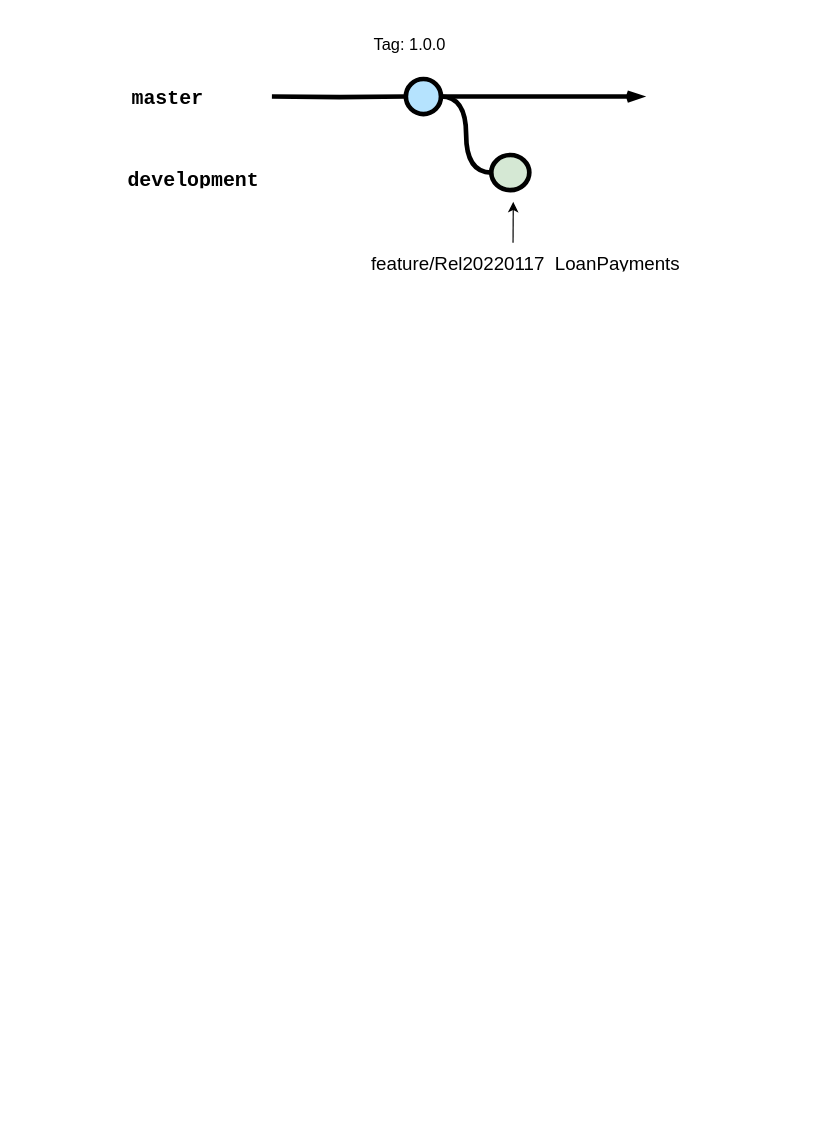
Before: page "Page-2" (2 of 2) of Branching_Diagram1.drawio in berdem/Tahta, a draw.io diagram. Source tidied: cells renumbered, new cells numbered last; positions are measured from the earlier drawing's top-left corner, leaving out a move shared by most shapes. Both pictures are drawn from the tidied source at 117%, with x=0, y=0 at pixel (115, 32). Pictures stored in the file or linked from it are replaced by grey dashed boxes.
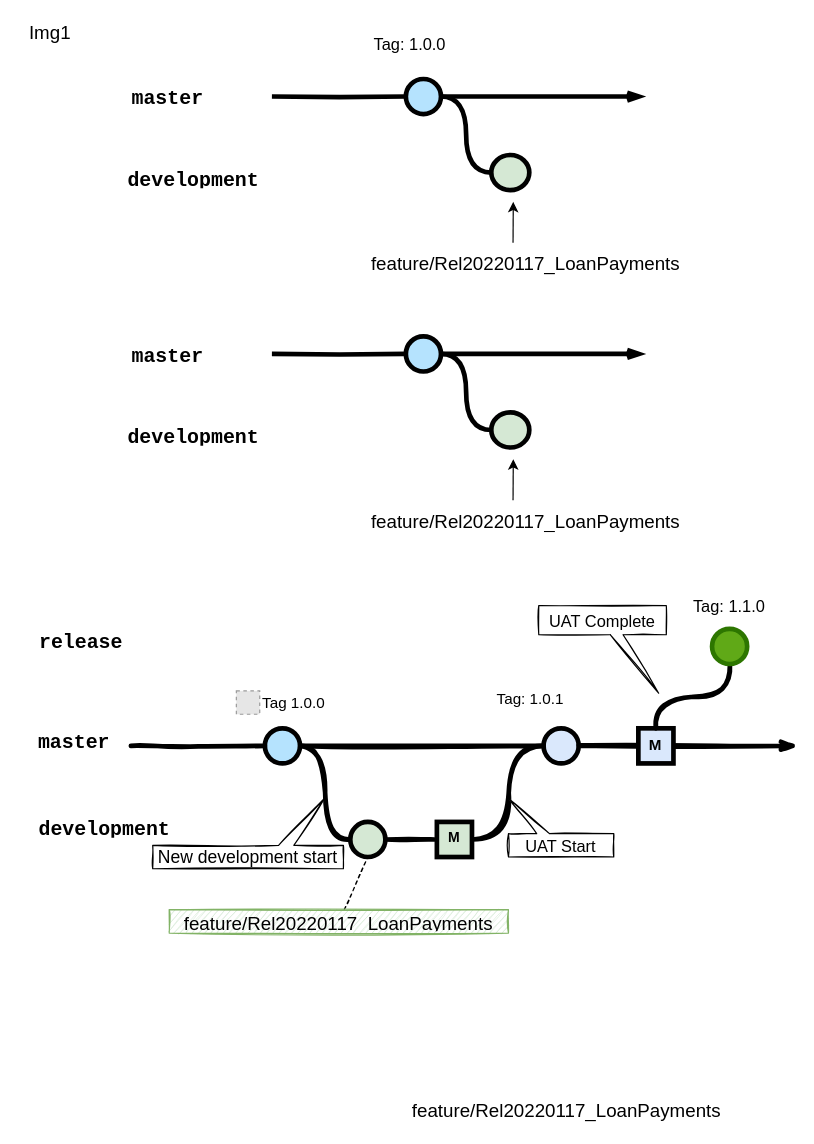
After the change.

Diff of the diagram source:
```diff
@@
     <mxCell id="3" value="&lt;span style=&quot;text-align: center&quot;&gt;&lt;font style=&quot;font-size: 16px&quot;&gt;feature/Rel20220117_LoanPayments&lt;/font&gt;&lt;br&gt;&lt;/span&gt;" style="text;html=1;strokeColor=none;fillColor=none;align=left;verticalAlign=middle;whiteSpace=wrap;overflow=hidden;fontSize=12;fontStyle=0;fontColor=#000000;" parent="1" vertex="1">
-      <mxGeometry x="217.3" y="186" width="274.7" height="20" as="geometry" />
+      <mxGeometry x="217.3" y="186" width="274.7" height="24" as="geometry" />
     </mxCell>
@@
+    <mxCell id="12" value="Img1" style="text;html=1;align=center;verticalAlign=middle;strokeColor=none;fillColor=none;fontSize=16;" parent="1" vertex="1">
+      <mxGeometry x="-81" y="-10" width="50" height="20" as="geometry" />
+    </mxCell>
+    <mxCell id="13" style="endArrow=classic;html=1;strokeWidth=1;fontFamily=Courier New;fontColor=#009900;" parent="1" edge="1">
+      <mxGeometry relative="1" as="geometry">
+        <mxPoint x="340" y="400" as="sourcePoint" />
+        <mxPoint x="340.2" y="365" as="targetPoint" />
+      </mxGeometry>
+    </mxCell>
+    <mxCell id="14" value="&lt;span style=&quot;text-align: center&quot;&gt;&lt;font style=&quot;font-size: 16px&quot;&gt;feature/Rel20220117_LoanPayments&lt;/font&gt;&lt;br&gt;&lt;/span&gt;" style="text;html=1;strokeColor=none;fillColor=none;align=left;verticalAlign=middle;whiteSpace=wrap;overflow=hidden;fontSize=12;fontStyle=0;fontColor=#000000;" parent="1" vertex="1">
+      <mxGeometry x="217.3" y="406" width="274.7" height="24" as="geometry" />
+    </mxCell>
+    <mxCell id="15" style="edgeStyle=orthogonalEdgeStyle;rounded=0;html=1;jettySize=auto;plain-blue;endArrow=openThin;endFill=0;strokeWidth=4;strokeColor=#000000;" parent="1" edge="1" source="17">
+      <mxGeometry x="1186.4" y="315" as="geometry">
+        <mxPoint x="452" y="275" as="targetPoint" />
+      </mxGeometry>
+    </mxCell>
+    <mxCell id="16" style="edgeStyle=orthogonalEdgeStyle;curved=1;rounded=0;html=1;exitX=1;exitY=0.5;exitPerimeter=0;entryX=0;entryY=0.5;entryPerimeter=0;endArrow=none;endFill=0;jettySize=auto;strokeWidth=4;fontSize=15;" parent="1" edge="1" source="17" target="20">
+      <mxGeometry relative="1" as="geometry" />
+    </mxCell>
+    <mxCell id="17" style="verticalLabelPosition=bottom;verticalAlign=top;html=1;strokeWidth=4;shape=mxgraph.flowchart.on-page_reference;plain-blue;gradientColor=none;fillColor=#B5E3Fe;strokeColor=#000000;" parent="1" vertex="1">
+      <mxGeometry x="248.4" y="260" width="30" height="30" as="geometry" />
+    </mxCell>
+    <mxCell id="18" style="edgeStyle=orthogonalEdgeStyle;rounded=0;html=1;jettySize=auto;strokeWidth=4;endArrow=none;endFill=0;" parent="1" edge="1" target="17">
+      <mxGeometry x="1086.4" y="315" as="geometry">
+        <mxPoint x="133.9" y="275" as="sourcePoint" />
+      </mxGeometry>
+    </mxCell>
+    <mxCell id="19" value="&lt;font style=&quot;font-size: 17px&quot;&gt;master&lt;/font&gt;" style="text;html=1;strokeColor=none;fillColor=none;align=center;verticalAlign=middle;whiteSpace=wrap;overflow=hidden;fontSize=14;fontStyle=1;fontFamily=Courier New;" parent="1" vertex="1">
+      <mxGeometry x="10.4" y="265" width="70" height="20" as="geometry" />
+    </mxCell>
+    <mxCell id="20" style="verticalLabelPosition=bottom;verticalAlign=top;html=1;strokeWidth=4;shape=mxgraph.flowchart.on-page_reference;plain-purple;gradientColor=none;strokeColor=#000000;fillColor=#D5E8D4;" parent="1" vertex="1">
+      <mxGeometry x="321.4" y="325" width="32.5" height="30" as="geometry" />
+    </mxCell>
+    <mxCell id="21" value="&lt;font style=&quot;font-size: 17px&quot;&gt;development&lt;br&gt;&lt;/font&gt;" style="text;html=1;strokeColor=none;fillColor=none;align=center;verticalAlign=middle;whiteSpace=wrap;overflow=hidden;fontSize=14;fontStyle=1;fontFamily=Courier New;" parent="1" vertex="1">
+      <mxGeometry x="0.4" y="335" width="133.5" height="20" as="geometry" />
+    </mxCell>
+    <mxCell id="22" style="edgeStyle=orthogonalEdgeStyle;rounded=0;html=1;jettySize=auto;plain-blue;endArrow=none;endFill=0;strokeWidth=4;strokeColor=#000000;sketch=1;" parent="1" edge="1" source="24" target="26">
+      <mxGeometry x="1065.9" y="650" as="geometry" />
+    </mxCell>
+    <mxCell id="23" style="edgeStyle=orthogonalEdgeStyle;curved=1;rounded=0;html=1;exitX=1;exitY=0.5;exitPerimeter=0;entryX=0;entryY=0.5;entryPerimeter=0;endArrow=none;endFill=0;jettySize=auto;strokeWidth=4;fontSize=15;sketch=1;" parent="1" edge="1" source="24" target="30">
+      <mxGeometry relative="1" as="geometry" />
+    </mxCell>
+    <mxCell id="24" style="verticalLabelPosition=bottom;verticalAlign=top;html=1;strokeWidth=4;shape=mxgraph.flowchart.on-page_reference;plain-blue;gradientColor=none;fillColor=#B5E3Fe;strokeColor=#000000;" parent="1" vertex="1">
+      <mxGeometry x="127.9" y="595" width="30" height="30" as="geometry" />
+    </mxCell>
+    <mxCell id="25" style="edgeStyle=orthogonalEdgeStyle;curved=1;rounded=0;jettySize=auto;html=1;endArrow=none;endFill=0;strokeWidth=4;fontFamily=Courier New;fontSize=16;" parent="1" edge="1" source="26">
+      <mxGeometry relative="1" as="geometry">
+        <mxPoint x="447.1" y="610" as="targetPoint" />
+      </mxGeometry>
+    </mxCell>
+    <mxCell id="26" style="verticalLabelPosition=bottom;verticalAlign=top;html=1;strokeWidth=4;shape=mxgraph.flowchart.on-page_reference;plain-blue;gradientColor=none;strokeColor=#000000;" parent="1" vertex="1">
+      <mxGeometry x="366.1" y="595" width="30" height="30" as="geometry" />
+    </mxCell>
+    <mxCell id="27" style="edgeStyle=orthogonalEdgeStyle;curved=1;rounded=0;orthogonalLoop=1;jettySize=auto;html=1;endArrow=openThin;endFill=0;strokeWidth=4;fontFamily=Courier New;fontSize=16;startArrow=none;startFill=0;sketch=1;" parent="1" edge="1">
+      <mxGeometry relative="1" as="geometry">
+        <mxPoint x="396.1" y="609.5" as="sourcePoint" />
+        <mxPoint x="583.4" y="610" as="targetPoint" />
+        <Array as="points">
+          <mxPoint x="533.4" y="610" />
+          <mxPoint x="533.4" y="610" />
+        </Array>
+      </mxGeometry>
+    </mxCell>
+    <mxCell id="28" style="edgeStyle=orthogonalEdgeStyle;rounded=0;html=1;jettySize=auto;strokeWidth=4;endArrow=none;endFill=0;sketch=1;" parent="1" edge="1" target="24">
+      <mxGeometry x="965.9" y="650" as="geometry">
+        <mxPoint x="13.4" y="610" as="sourcePoint" />
+      </mxGeometry>
+    </mxCell>
+    <mxCell id="29" style="edgeStyle=orthogonalEdgeStyle;curved=1;rounded=0;html=1;exitX=1;exitY=0.5;exitPerimeter=0;entryX=0;entryY=0.5;entryPerimeter=0;endArrow=none;endFill=0;jettySize=auto;strokeWidth=4;fontSize=15;sketch=1;" parent="1" edge="1" source="30">
+      <mxGeometry relative="1" as="geometry">
+        <mxPoint x="272.9" y="690" as="targetPoint" />
+      </mxGeometry>
+    </mxCell>
+    <mxCell id="30" style="verticalLabelPosition=bottom;verticalAlign=top;html=1;strokeWidth=4;shape=mxgraph.flowchart.on-page_reference;plain-purple;gradientColor=none;strokeColor=#000000;fillColor=#D5E8D4;" parent="1" vertex="1">
+      <mxGeometry x="200.9" y="675" width="30" height="30" as="geometry" />
+    </mxCell>
+    <mxCell id="31" style="edgeStyle=orthogonalEdgeStyle;curved=1;rounded=0;html=1;entryX=0;entryY=0.5;entryPerimeter=0;endArrow=none;endFill=0;jettySize=auto;strokeWidth=4;fontSize=15;sketch=1;" parent="1" edge="1" target="26">
+      <mxGeometry relative="1" as="geometry">
+        <mxPoint x="305.4" y="690" as="sourcePoint" />
+      </mxGeometry>
+    </mxCell>
+    <mxCell id="32" value="&lt;b&gt;M&lt;/b&gt;" style="whiteSpace=wrap;html=1;verticalAlign=top;fillColor=#D5E8D4;strokeColor=#000000;strokeWidth=4;gradientColor=none;" parent="1" vertex="1">
+      <mxGeometry x="274.9" y="675" width="30" height="30" as="geometry" />
+    </mxCell>
+    <mxCell id="33" value="&lt;div&gt;&lt;b&gt;&lt;font style=&quot;font-size: 13px&quot;&gt;M&lt;/font&gt;&lt;/b&gt;&lt;/div&gt;" style="whiteSpace=wrap;html=1;verticalAlign=top;fillColor=#DAE8FC;strokeColor=#000000;strokeWidth=4;gradientColor=none;align=center;" parent="1" vertex="1">
+      <mxGeometry x="447.1" y="595" width="30" height="30" as="geometry" />
+    </mxCell>
+    <mxCell id="34" style="edgeStyle=orthogonalEdgeStyle;curved=1;rounded=0;jettySize=auto;html=1;endArrow=none;endFill=0;strokeWidth=4;fontFamily=Courier New;fontSize=16;exitX=0.5;exitY=0;exitDx=0;exitDy=0;sketch=1;" parent="1" edge="1" source="33">
+      <mxGeometry relative="1" as="geometry">
+        <mxPoint x="525.4" y="540" as="targetPoint" />
+      </mxGeometry>
+    </mxCell>
+    <mxCell id="35" style="verticalLabelPosition=bottom;verticalAlign=top;html=1;strokeWidth=4;shape=mxgraph.flowchart.on-page_reference;strokeColor=#2D7600;fillColor=#60a917;fontColor=#ffffff;" parent="1" vertex="1">
+      <mxGeometry x="510.1" y="510" width="30" height="30" as="geometry" />
+    </mxCell>
+    <mxCell id="36" value="Tag: 1.1.0" style="text;html=1;strokeColor=none;fillColor=none;align=center;verticalAlign=middle;whiteSpace=wrap;overflow=hidden;fontSize=14;" parent="1" vertex="1">
+      <mxGeometry x="490.1" y="480" width="70" height="20" as="geometry" />
+    </mxCell>
+    <mxCell id="37" value="&lt;font style=&quot;font-size: 17px&quot;&gt;master&lt;/font&gt;" style="text;html=1;strokeColor=none;fillColor=none;align=center;verticalAlign=middle;whiteSpace=wrap;overflow=hidden;fontSize=14;fontStyle=1;fontFamily=Courier New;" parent="1" vertex="1">
+      <mxGeometry x="-69.6" y="595" width="70" height="20" as="geometry" />
+    </mxCell>
+    <mxCell id="38" value="&lt;font style=&quot;font-size: 17px&quot;&gt;development&lt;/font&gt;" style="text;html=1;strokeColor=none;fillColor=none;align=center;verticalAlign=middle;whiteSpace=wrap;overflow=hidden;fontSize=14;fontStyle=1;fontFamily=Courier New;" parent="1" vertex="1">
+      <mxGeometry x="-69.6" y="670" width="121.6" height="20" as="geometry" />
+    </mxCell>
+    <mxCell id="39" value="&lt;font style=&quot;font-size: 17px&quot;&gt;release&lt;/font&gt;" style="text;html=1;strokeColor=none;fillColor=none;align=center;verticalAlign=middle;whiteSpace=wrap;overflow=hidden;fontSize=14;fontStyle=1;fontFamily=Courier New;" parent="1" vertex="1">
+      <mxGeometry x="-69.6" y="510" width="81.6" height="20" as="geometry" />
+    </mxCell>
+    <mxCell id="40" value="&lt;font style=&quot;font-size: 15px&quot;&gt;New development start&lt;/font&gt;" style="shape=callout;whiteSpace=wrap;html=1;perimeter=calloutPerimeter;fontSize=16;position2=0.1;rotation=0;base=13;size=40;position=0.26;rounded=0;shadow=0;sketch=1;direction=west;" parent="1" vertex="1">
+      <mxGeometry x="32" y="655" width="163" height="60" as="geometry" />
+    </mxCell>
+    <mxCell id="41" value="&lt;font style=&quot;font-size: 14px&quot;&gt;UAT Start&lt;/font&gt;" style="shape=callout;whiteSpace=wrap;html=1;perimeter=calloutPerimeter;fontSize=16;position2=1;rotation=0;base=11;size=30;position=0.61;rounded=0;shadow=0;sketch=1;direction=west;arcSize=15;" parent="1" vertex="1">
+      <mxGeometry x="336.1" y="655" width="90" height="50" as="geometry" />
+    </mxCell>
+    <mxCell id="42" value="&lt;font style=&quot;font-size: 14px&quot;&gt;UAT Complete&lt;/font&gt;" style="shape=callout;whiteSpace=wrap;html=1;perimeter=calloutPerimeter;fontSize=16;position2=0.94;rotation=0;base=11;size=50;position=0.56;rounded=0;shadow=0;sketch=1;direction=east;arcSize=15;" parent="1" vertex="1">
+      <mxGeometry x="362" y="490" width="109" height="75" as="geometry" />
+    </mxCell>
+    <mxCell id="43" value="Tag: 1.0.1" style="text;html=1;strokeColor=none;fillColor=none;align=center;verticalAlign=middle;whiteSpace=wrap;overflow=hidden;fontSize=13;" parent="1" vertex="1">
+      <mxGeometry x="319.6" y="560" width="70" height="20" as="geometry" />
+    </mxCell>
+    <mxCell id="44" value="&lt;span style=&quot;text-align: center&quot;&gt;&lt;font style=&quot;font-size: 16px&quot;&gt;feature/Rel20220117_LoanPayments&lt;/font&gt;&lt;br&gt;&lt;/span&gt;" style="text;html=1;strokeColor=none;fillColor=none;align=left;verticalAlign=middle;whiteSpace=wrap;overflow=hidden;fontSize=12;fontStyle=0;fontColor=#000000;" parent="1" vertex="1">
+      <mxGeometry x="252" y="910" width="274.7" height="24" as="geometry" />
+    </mxCell>
+    <mxCell id="45" style="rounded=0;sketch=1;jettySize=auto;html=1;entryX=0.5;entryY=1;entryDx=0;entryDy=0;entryPerimeter=0;fontSize=15;endArrow=none;endFill=0;dashed=1;" parent="1" edge="1" source="46" target="30">
+      <mxGeometry relative="1" as="geometry" />
+    </mxCell>
+    <mxCell id="46" value="&lt;span style=&quot;font-size: 16px&quot;&gt;feature/Rel20220117_LoanPayments&lt;/span&gt;" style="text;html=1;strokeColor=#82b366;fillColor=#d5e8d4;align=center;verticalAlign=middle;whiteSpace=wrap;overflow=hidden;rounded=0;shadow=0;sketch=1;fontSize=15;" parent="1" vertex="1">
+      <mxGeometry x="46.1" y="750" width="290" height="20" as="geometry" />
+    </mxCell>
+    <mxCell id="47" value="Tag 1.0.0" style="fillColor=#E6E6E6;strokeColor=#999999;dashed=1;html=1;verticalAlign=middle;verticalLabelPosition=middle;labelBackgroundColor=#ffffff;fontSize=13;rotation=0;labelPosition=right;align=left;" parent="1" vertex="1">
+      <mxGeometry x="103.5" y="563" width="20" height="20" as="geometry" />
+    </mxCell>
```
